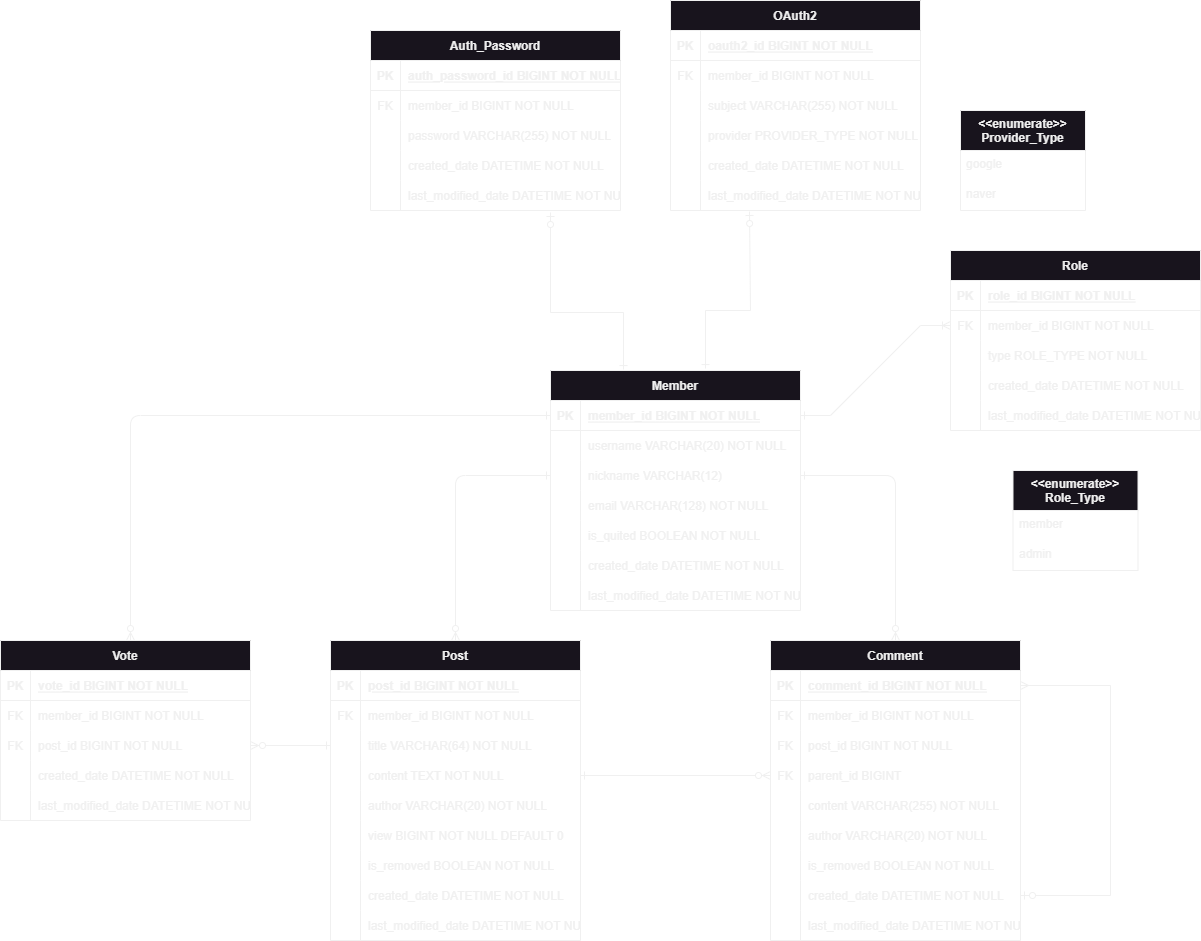
Above: ERD.png in ohoon/spring-board-v2 (draw.io), before the change. Source tidied: cells renumbered, new cells last; positions are measured from the earlier drawing's top-left corner, leaving out a move shared by most shapes.
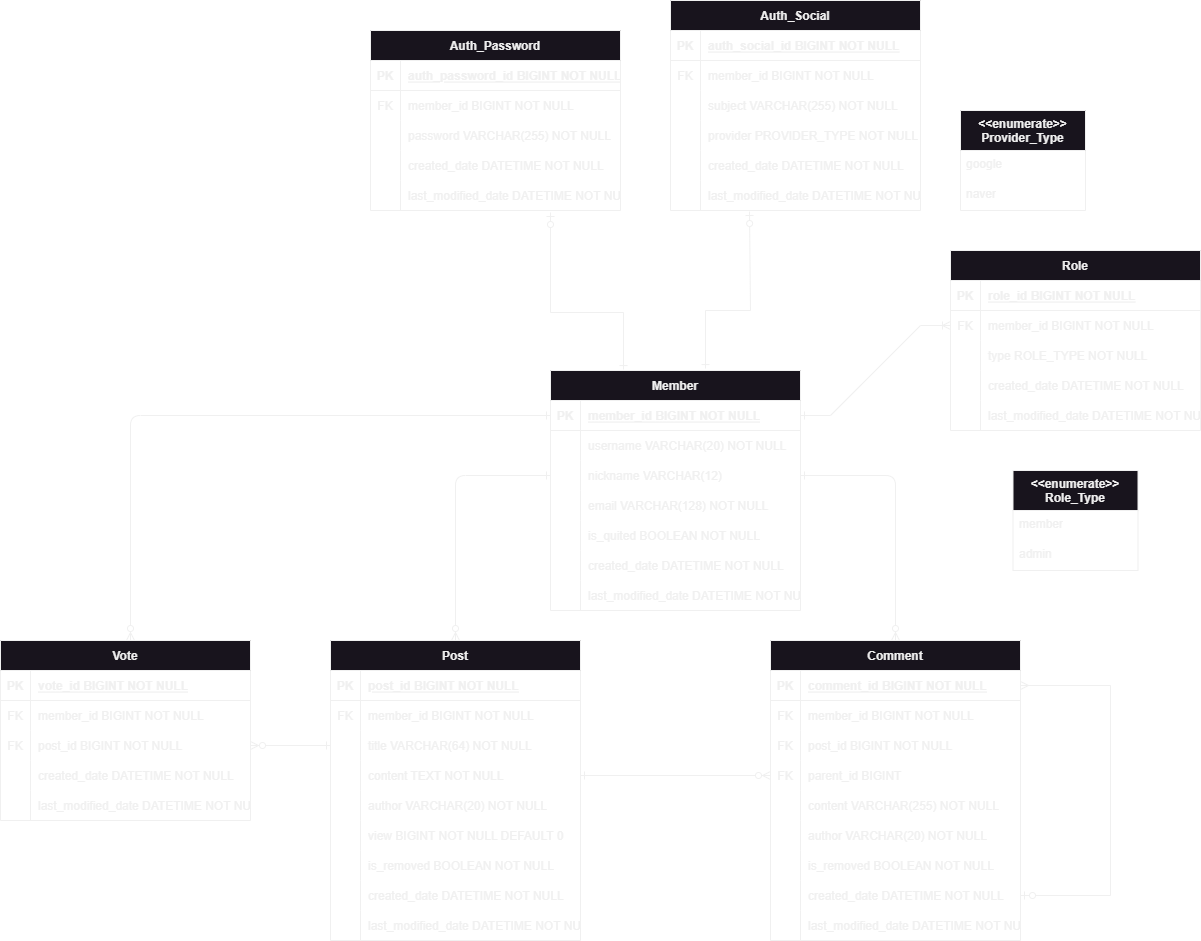
Later version of the same file.

Commit message:
OAuth2 테이블 이름 Auth_Social로 변경

Diff of the diagram source:
```diff
@@ -240,7 +240,7 @@
     <mxCell id="76" value="last_modified_date DATETIME NOT NULL" style="shape=partialRectangle;overflow=hidden;fillColor=none;top=0;left=0;bottom=0;right=0;align=left;spacingLeft=6;" parent="74" vertex="1">
       <mxGeometry x="30" width="220" height="30" as="geometry" />
     </mxCell>
-    <mxCell id="77" value="OAuth2" style="shape=table;startSize=30;rowLines=0;fontStyle=1;align=center;" parent="1" vertex="1">
+    <mxCell id="77" value="Auth_Social" style="shape=table;startSize=30;rowLines=0;fontStyle=1;align=center;" parent="1" vertex="1">
       <mxGeometry x="670" width="250" height="210" as="geometry" />
     </mxCell>
     <mxCell id="78" style="shape=partialRectangle;fillColor=none;top=0;left=0;right=0;bottom=1;" parent="77" vertex="1">
@@ -249,7 +249,7 @@
     <mxCell id="79" value="PK" style="shape=partialRectangle;overflow=hidden;fillColor=none;top=0;left=0;bottom=0;right=0;fontStyle=1;" parent="78" vertex="1">
       <mxGeometry width="30" height="30" as="geometry" />
     </mxCell>
-    <mxCell id="80" value="oauth2_id BIGINT NOT NULL " style="shape=partialRectangle;overflow=hidden;fillColor=none;top=0;left=0;bottom=0;right=0;align=left;spacingLeft=6;fontStyle=5;" parent="78" vertex="1">
+    <mxCell id="80" value="auth_social_id BIGINT NOT NULL " style="shape=partialRectangle;overflow=hidden;fillColor=none;top=0;left=0;bottom=0;right=0;align=left;spacingLeft=6;fontStyle=5;" parent="78" vertex="1">
       <mxGeometry x="30" width="220" height="30" as="geometry" />
     </mxCell>
     <mxCell id="81" style="shape=partialRectangle;fillColor=none;top=0;left=0;right=0;bottom=0;" parent="77" vertex="1">
```
